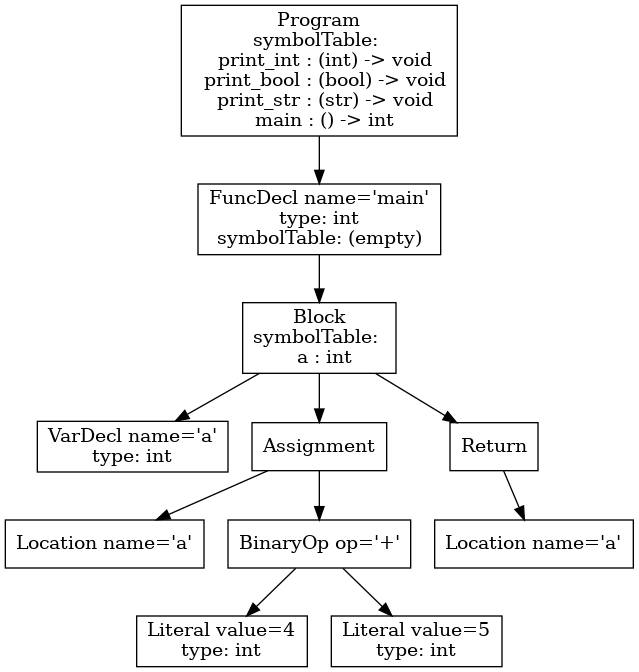
Earlier version of the Graphviz export tests/tree.png (phamml/p3-analysis). Its source is kept beside it as tree.dot. Source of this version:
```dot
digraph AST {
4 [shape=box, label="Literal value=true\ntype: bool"];
3 [shape=box, label="FuncCall name='foo'"];
3 -> 4;
6 [shape=box, label="Literal value=true\ntype: bool"];
8 [shape=box, label="VarDecl name='a'\ntype: int"];
9 [shape=box, label="VarDecl name='b'\ntype: int"];
10 [shape=box, label="VarDecl name='a'\ntype: int"];
7 [shape=box, label="Block\nsymbolTable: \n  a : int\n  b : int\n  a : int"];
7 -> 8;
7 -> 9;
7 -> 10;
5 [shape=box, label="WhileLoop"];
5 -> 6;
5 -> 7;
12 [shape=box, label="Literal value=0\ntype: int"];
11 [shape=box, label="Return"];
11 -> 12;
2 [shape=box, label="Block\nsymbolTable: (empty)"];
2 -> 3;
2 -> 5;
2 -> 11;
1 [shape=box, label="FuncDecl name='main'\ntype: int\nsymbolTable: (empty)"];
1 -> 2;
15 [shape=box, label="Return"];
14 [shape=box, label="Block\nsymbolTable: (empty)"];
14 -> 15;
13 [shape=box, label="FuncDecl name='foo'\ntype: bool\nsymbolTable: \n  i : int\n  b : bool"];
13 -> 14;
0 [shape=box, label="Program\nsymbolTable: \n  print_int : (int) -> void\n  print_bool : (bool) -> void\n  print_str : (str) -> void\n  main : () -> int\n  foo : (int, bool) -> void"];
0 -> 1;
0 -> 13;
}
```
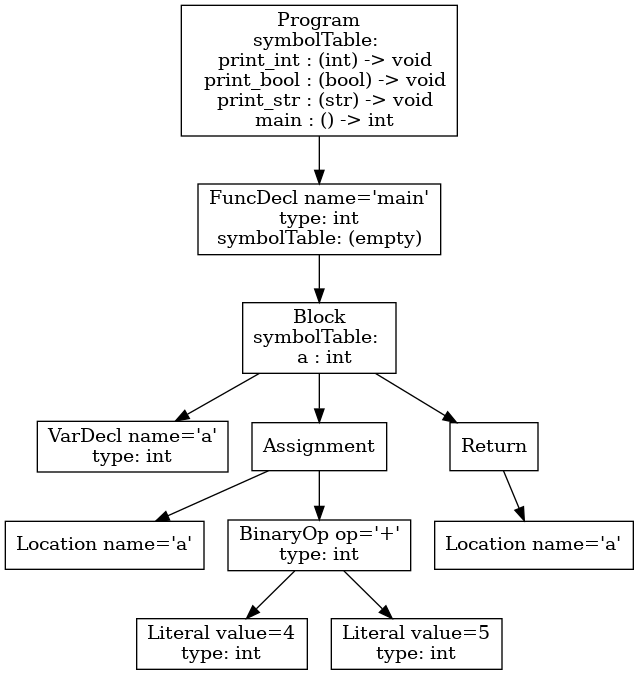
After the change.

Change to the diagram source:
```diff
@@ -1,33 +1,21 @@
 digraph AST {
-4 [shape=box, label="Literal value=true\ntype: bool"];
-3 [shape=box, label="FuncCall name='foo'"];
-3 -> 4;
-6 [shape=box, label="Literal value=true\ntype: bool"];
-8 [shape=box, label="VarDecl name='a'\ntype: int"];
-9 [shape=box, label="VarDecl name='b'\ntype: int"];
-10 [shape=box, label="VarDecl name='a'\ntype: int"];
-7 [shape=box, label="Block\nsymbolTable: \n  a : int\n  b : int\n  a : int"];
-7 -> 8;
-7 -> 9;
-7 -> 10;
-5 [shape=box, label="WhileLoop"];
-5 -> 6;
-5 -> 7;
-12 [shape=box, label="Literal value=0\ntype: int"];
-11 [shape=box, label="Return"];
-11 -> 12;
-2 [shape=box, label="Block\nsymbolTable: (empty)"];
+3 [shape=box, label="VarDecl name='i'\ntype: bool"];
+5 [shape=box, label="Location name='i'"];
+7 [shape=box, label="Literal value=5\ntype: int"];
+6 [shape=box, label="UnaryOp op='!'\ntype: bool"];
+6 -> 7;
+4 [shape=box, label="Assignment"];
+4 -> 5;
+4 -> 6;
+9 [shape=box, label="Literal value=0\ntype: int"];
+8 [shape=box, label="Return"];
+8 -> 9;
+2 [shape=box, label="Block\nsymbolTable: \n  i : bool"];
 2 -> 3;
-2 -> 5;
-2 -> 11;
+2 -> 4;
+2 -> 8;
 1 [shape=box, label="FuncDecl name='main'\ntype: int\nsymbolTable: (empty)"];
 1 -> 2;
-15 [shape=box, label="Return"];
-14 [shape=box, label="Block\nsymbolTable: (empty)"];
-14 -> 15;
-13 [shape=box, label="FuncDecl name='foo'\ntype: bool\nsymbolTable: \n  i : int\n  b : bool"];
-13 -> 14;
-0 [shape=box, label="Program\nsymbolTable: \n  print_int : (int) -> void\n  print_bool : (bool) -> void\n  print_str : (str) -> void\n  main : () -> int\n  foo : (int, bool) -> void"];
+0 [shape=box, label="Program\nsymbolTable: \n  print_int : (int) -> void\n  print_bool : (bool) -> void\n  print_str : (str) -> void\n  main : () -> int"];
 0 -> 1;
-0 -> 13;
 }
```
